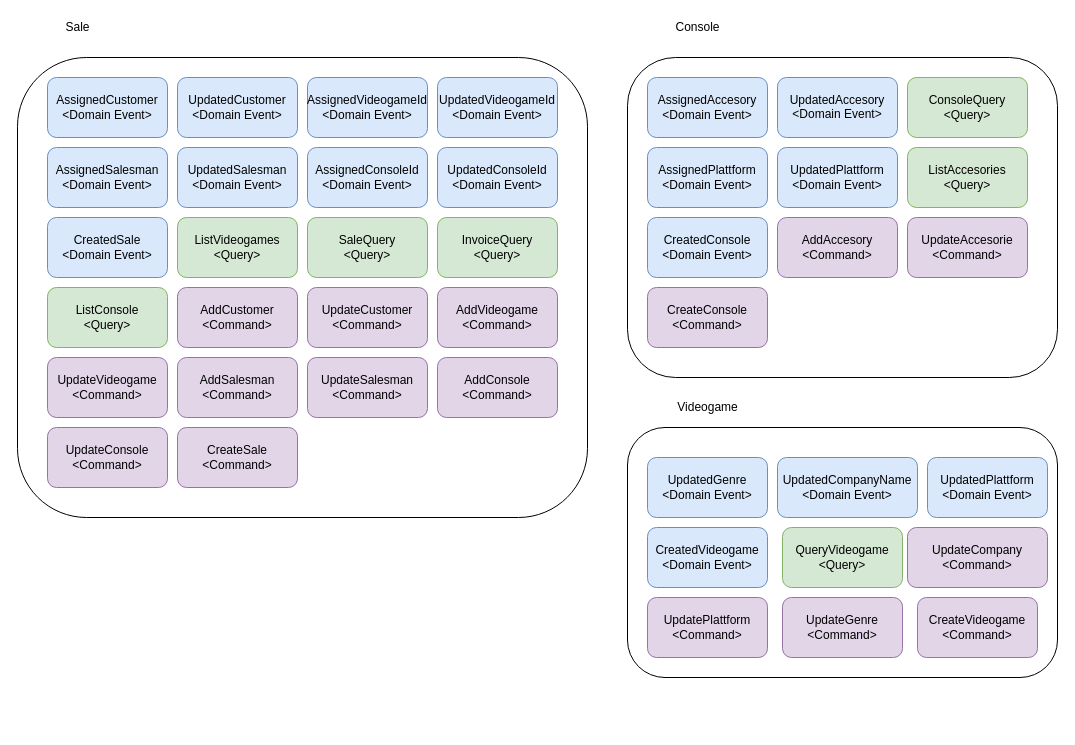
maxdarkx/DomainModel keeps this draw.io diagram as page "DomainEvents" (4 of 4) of Model Design/fase3.drawio. Above is the earlier version. Source tidied: cells renumbered, new cells numbered last; positions are measured from the earlier drawing's top-left corner, leaving out a move shared by most shapes. Both pictures are drawn from the tidied source at 100%, with x=0, y=0 at pixel (17, 17).
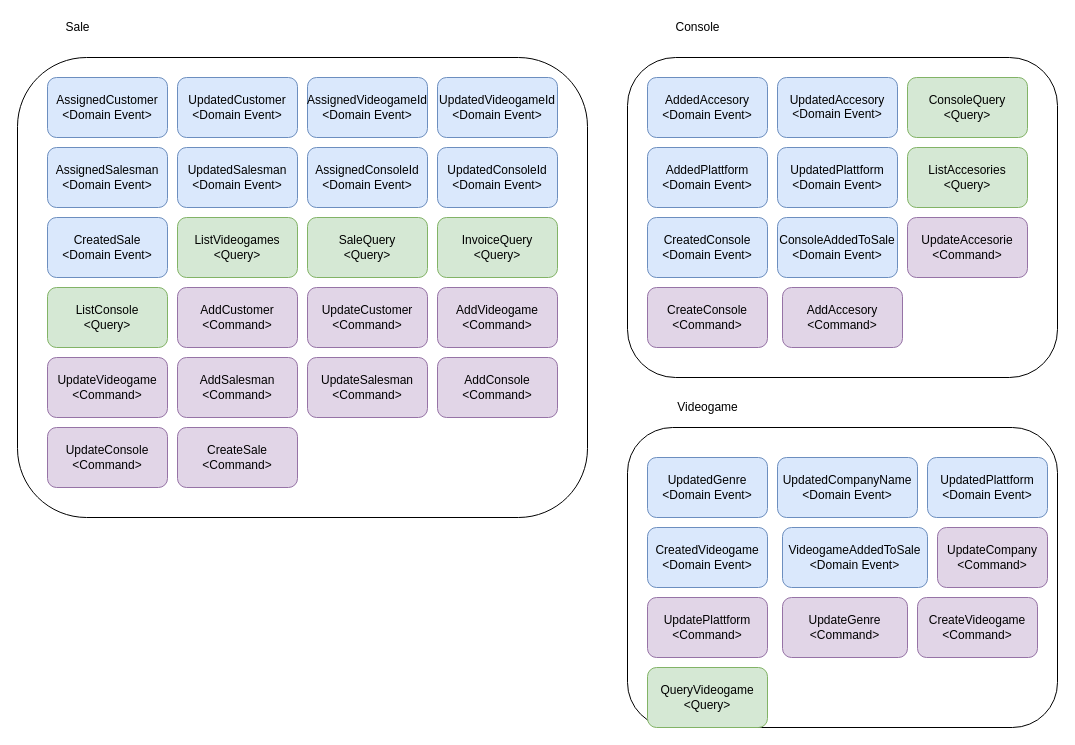
The same page after the edit.

What changed in the source:
```diff
@@
     <mxCell id="2" style="rounded=1;whiteSpace=wrap;html=1;" parent="1" vertex="1">
-      <mxGeometry x="610" y="410" width="430" height="250" as="geometry" />
+      <mxGeometry x="610" y="410" width="430" height="300" as="geometry" />
     </mxCell>
@@
-    <mxCell id="8" value="AssignedAccesory&lt;br&gt;&amp;lt;Domain Event&amp;gt;" style="rounded=1;whiteSpace=wrap;html=1;fillColor=#dae8fc;strokeColor=#6c8ebf;" parent="1" vertex="1">
+    <mxCell id="8" value="AddedAccesory&lt;br&gt;&amp;lt;Domain Event&amp;gt;" style="rounded=1;whiteSpace=wrap;html=1;fillColor=#dae8fc;strokeColor=#6c8ebf;" parent="1" vertex="1">
       <mxGeometry x="630" y="60" width="120" height="60" as="geometry" />
     </mxCell>
-    <mxCell id="9" value="AssignedPlattform&lt;br&gt;&amp;lt;Domain Event&amp;gt;" style="rounded=1;whiteSpace=wrap;html=1;fillColor=#dae8fc;strokeColor=#6c8ebf;" parent="1" vertex="1">
+    <mxCell id="9" value="AddedPlattform&lt;br&gt;&amp;lt;Domain Event&amp;gt;" style="rounded=1;whiteSpace=wrap;html=1;fillColor=#dae8fc;strokeColor=#6c8ebf;" parent="1" vertex="1">
       <mxGeometry x="630" y="130" width="120" height="60" as="geometry" />
     </mxCell>
@@
     <mxCell id="15" value="AddAccesory&lt;br&gt;&amp;lt;Command&amp;gt;" style="rounded=1;whiteSpace=wrap;html=1;fillColor=#e1d5e7;strokeColor=#9673a6;" parent="1" vertex="1">
-      <mxGeometry x="760" y="200" width="120" height="60" as="geometry" />
+      <mxGeometry x="765" y="270" width="120" height="60" as="geometry" />
     </mxCell>
@@
     <mxCell id="21" value="UpdateGenre&lt;br&gt;&amp;lt;Command&amp;gt;" style="rounded=1;whiteSpace=wrap;html=1;fillColor=#e1d5e7;strokeColor=#9673a6;" parent="1" vertex="1">
-      <mxGeometry x="765" y="580" width="120" height="60" as="geometry" />
+      <mxGeometry x="765" y="580" width="125" height="60" as="geometry" />
     </mxCell>
     <mxCell id="22" value="UpdateCompany&lt;br&gt;&amp;lt;Command&amp;gt;" style="rounded=1;whiteSpace=wrap;html=1;fillColor=#e1d5e7;strokeColor=#9673a6;" parent="1" vertex="1">
-      <mxGeometry x="890" y="510" width="140" height="60" as="geometry" />
+      <mxGeometry x="920" y="510" width="110" height="60" as="geometry" />
     </mxCell>
@@
     <mxCell id="24" value="QueryVideogame&lt;br&gt;&amp;lt;Query&amp;gt;" style="rounded=1;whiteSpace=wrap;html=1;fillColor=#d5e8d4;strokeColor=#82b366;" parent="1" vertex="1">
-      <mxGeometry x="765" y="510" width="120" height="60" as="geometry" />
+      <mxGeometry x="630" y="650" width="120" height="60" as="geometry" />
     </mxCell>
@@
+    <mxCell id="49" value="ConsoleAddedToSale&lt;br&gt;&amp;lt;Domain Event&amp;gt;" style="rounded=1;whiteSpace=wrap;html=1;fillColor=#dae8fc;strokeColor=#6c8ebf;" parent="1" vertex="1">
+      <mxGeometry x="760" y="200" width="120" height="60" as="geometry" />
+    </mxCell>
+    <mxCell id="50" value="VideogameAddedToSale&lt;br&gt;&amp;lt;Domain Event&amp;gt;" style="rounded=1;whiteSpace=wrap;html=1;fillColor=#dae8fc;strokeColor=#6c8ebf;" parent="1" vertex="1">
+      <mxGeometry x="765" y="510" width="145" height="60" as="geometry" />
+    </mxCell>
```
